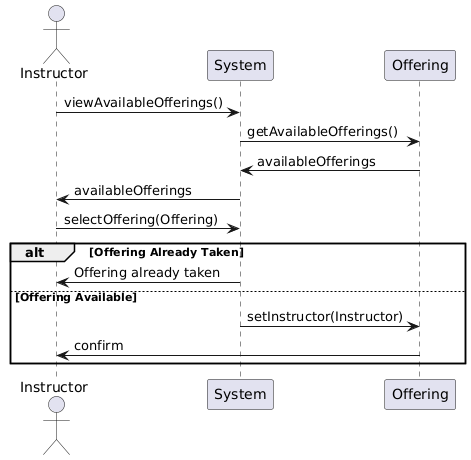
The PlantUML diagram Diagrams/UML_InteractionDiagrams/InstructorSelectsLesson.png in ABALkhabbaz/LessonSchedulingSystem, before a commit.
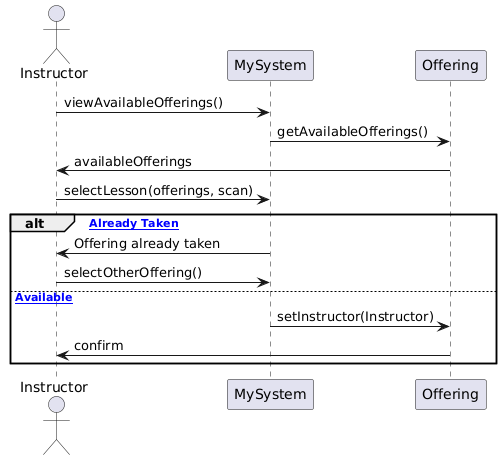
Later version of the same file.

Diff of the diagram source:
```diff
@@ -1,15 +1,14 @@
 @startuml
 actor Instructor
-Instructor -> System: viewAvailableOfferings()
-System -> Offering: getAvailableOfferings()
-Offering -> System: availableOfferings
-System -> Instructor: availableOfferings
-
-Instructor -> System: selectOffering(Offering)
-alt Offering Already Taken
-    System -> Instructor: Offering already taken
-else Offering Available
-    System -> Offering: setInstructor(Instructor)
+Instructor -> MySystem: viewAvailableOfferings()
+MySystem -> Offering: getAvailableOfferings()
+Offering -> Instructor: availableOfferings
+Instructor -> MySystem: selectLesson(offerings, scan)
+alt [Offering Already Taken]
+    MySystem -> Instructor: Offering already taken
+    Instructor -> MySystem: selectOtherOffering()
+else [Offering Available]
+    MySystem -> Offering: setInstructor(Instructor)
     Offering -> Instructor: confirm
 end
 @enduml
```
